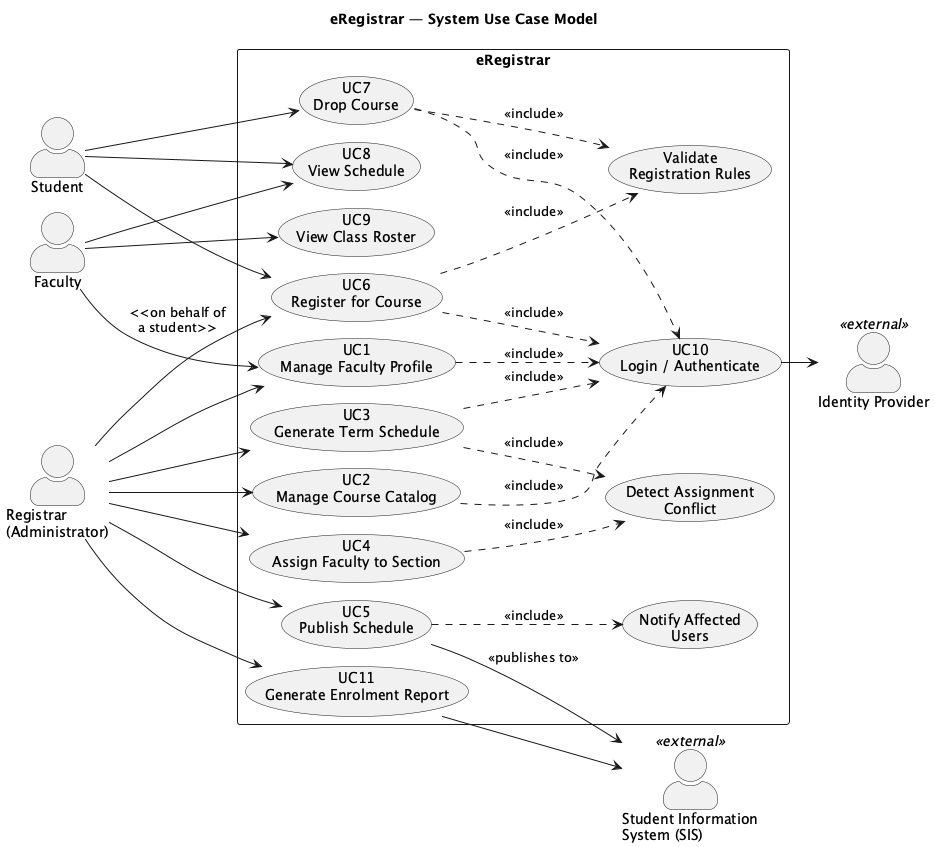
Earlier version of the PlantUML export Lab2_SRS/diagrams/usecase_eregistrar.png (ElfatihZiad/eregistrar). Its diagram source:
```plantuml
@startuml usecase_eregistrar
!pragma layout smetana
left to right direction
skinparam packageStyle rectangle
skinparam actorStyle awesome
skinparam shadowing false
title eRegistrar — System Use Case Model

actor "Student" as Student
actor "Faculty" as Faculty
actor "Registrar\n(Administrator)" as Admin
actor "Identity Provider" as IdP <<external>>
actor "Student Information\nSystem (SIS)" as SIS <<external>>

rectangle "eRegistrar" {

  usecase "UC1\nManage Faculty Profile" as UC1
  usecase "UC2\nManage Course Catalog" as UC2
  usecase "UC3\nGenerate Term Schedule" as UC3
  usecase "UC4\nAssign Faculty to Section" as UC4
  usecase "UC5\nPublish Schedule" as UC5
  usecase "UC6\nRegister for Course" as UC6
  usecase "UC7\nDrop Course" as UC7
  usecase "UC8\nView Schedule" as UC8
  usecase "UC9\nView Class Roster" as UC9
  usecase "UC10\nLogin / Authenticate" as UC10
  usecase "UC11\nGenerate Enrolment Report" as UC11

  usecase "Validate\nRegistration Rules" as UCV
  usecase "Detect Assignment\nConflict" as UCC
  usecase "Notify Affected\nUsers" as UCN
}

Faculty --> UC1
Faculty --> UC8
Faculty --> UC9

Admin --> UC1
Admin --> UC2
Admin --> UC3
Admin --> UC4
Admin --> UC5
Admin --> UC11
Admin --> UC6 : <<on behalf of\na student>>

Student --> UC6
Student --> UC7
Student --> UC8

UC1 ..> UC10 : <<include>>
UC2 ..> UC10 : <<include>>
UC3 ..> UC10 : <<include>>
UC6 ..> UC10 : <<include>>
UC7 ..> UC10 : <<include>>

UC6 ..> UCV : <<include>>
UC7 ..> UCV : <<include>>
UC3 ..> UCC : <<include>>
UC4 ..> UCC : <<include>>
UC5 ..> UCN : <<include>>

UC10 --> IdP
UC5 --> SIS : <<publishes to>>
UC11 --> SIS

@enduml
```
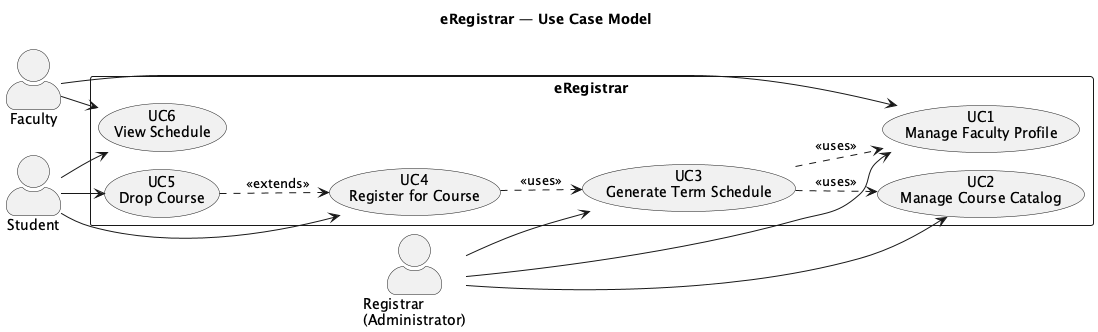
After the commit.

Change to the diagram source:
```diff
@@ -4,63 +4,35 @@
 skinparam packageStyle rectangle
 skinparam actorStyle awesome
 skinparam shadowing false
-title eRegistrar — System Use Case Model
+title eRegistrar — Use Case Model
 
 actor "Student" as Student
 actor "Faculty" as Faculty
 actor "Registrar\n(Administrator)" as Admin
-actor "Identity Provider" as IdP <<external>>
-actor "Student Information\nSystem (SIS)" as SIS <<external>>
 
 rectangle "eRegistrar" {
-
   usecase "UC1\nManage Faculty Profile" as UC1
   usecase "UC2\nManage Course Catalog" as UC2
   usecase "UC3\nGenerate Term Schedule" as UC3
-  usecase "UC4\nAssign Faculty to Section" as UC4
-  usecase "UC5\nPublish Schedule" as UC5
-  usecase "UC6\nRegister for Course" as UC6
-  usecase "UC7\nDrop Course" as UC7
-  usecase "UC8\nView Schedule" as UC8
-  usecase "UC9\nView Class Roster" as UC9
-  usecase "UC10\nLogin / Authenticate" as UC10
-  usecase "UC11\nGenerate Enrolment Report" as UC11
-
-  usecase "Validate\nRegistration Rules" as UCV
-  usecase "Detect Assignment\nConflict" as UCC
-  usecase "Notify Affected\nUsers" as UCN
+  usecase "UC4\nRegister for Course" as UC4
+  usecase "UC5\nDrop Course" as UC5
+  usecase "UC6\nView Schedule" as UC6
 }
 
 Faculty --> UC1
-Faculty --> UC8
-Faculty --> UC9
+Faculty --> UC6
 
 Admin --> UC1
 Admin --> UC2
 Admin --> UC3
-Admin --> UC4
-Admin --> UC5
-Admin --> UC11
-Admin --> UC6 : <<on behalf of\na student>>
 
+Student --> UC4
+Student --> UC5
 Student --> UC6
-Student --> UC7
-Student --> UC8
 
-UC1 ..> UC10 : <<include>>
-UC2 ..> UC10 : <<include>>
-UC3 ..> UC10 : <<include>>
-UC6 ..> UC10 : <<include>>
-UC7 ..> UC10 : <<include>>
-
-UC6 ..> UCV : <<include>>
-UC7 ..> UCV : <<include>>
-UC3 ..> UCC : <<include>>
-UC4 ..> UCC : <<include>>
-UC5 ..> UCN : <<include>>
-
-UC10 --> IdP
-UC5 --> SIS : <<publishes to>>
-UC11 --> SIS
+UC3 ..> UC1 : <<uses>>
+UC3 ..> UC2 : <<uses>>
+UC4 ..> UC3 : <<uses>>
+UC5 ..> UC4 : <<extends>>
 
 @enduml
```
